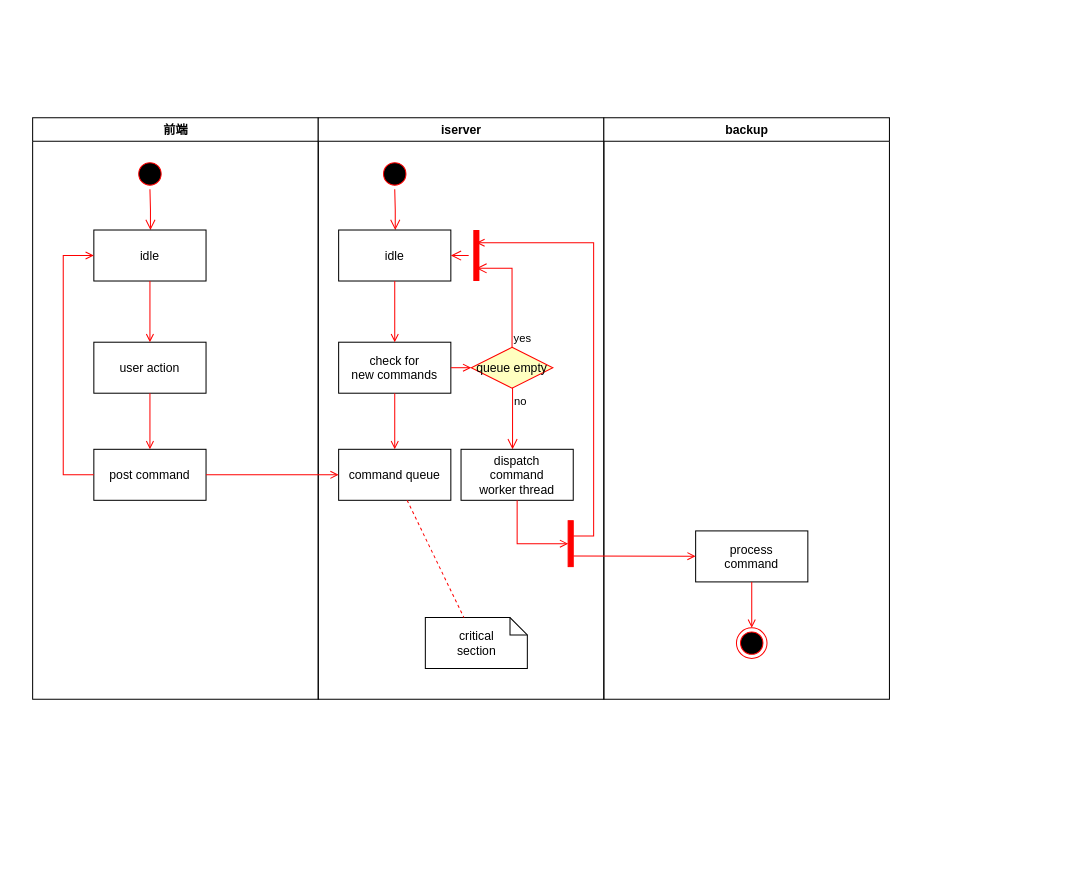
The draw.io diagram 未命名绘图.drawio in eleven7/diagrams, before the edit. Source tidied: cells renumbered, new cells numbered last; positions are measured from the earlier drawing's top-left corner, leaving out a move shared by most shapes. Both pictures are drawn from the tidied source at 102%, with x=0, y=0 at pixel (32, 117).
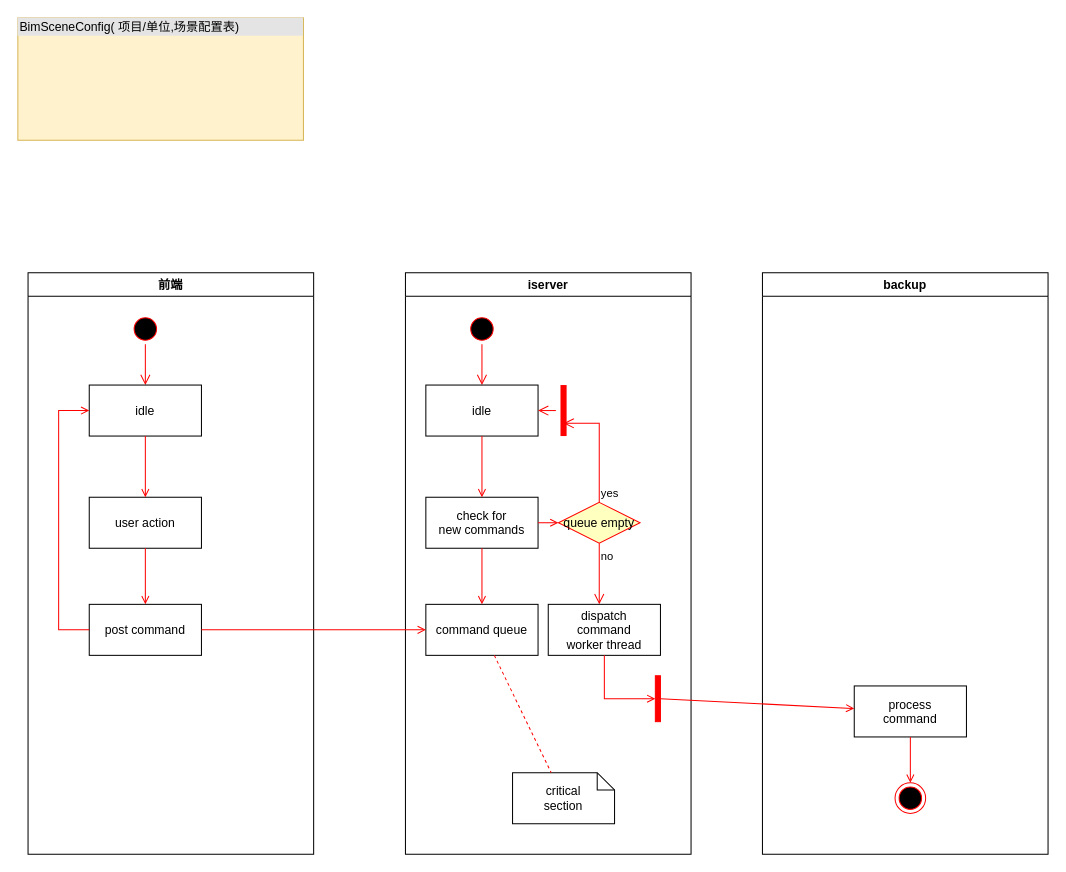
The same diagram, later.

Commit message:
更新未命名绘图.drawio

The change refers to these unchanged cells:
```xml
<mxCell id="23" style="shape=line;strokeWidth=6;strokeColor=#ff0000;rotation=90;" parent="11" vertex="1">
  <mxGeometry x="130" y="127.5" width="50" height="15" as="geometry" />
</mxCell>
<mxCell id="28" style="whiteSpace=wrap;strokeColor=#FF0000;fillColor=#FF0000;" parent="11" vertex="1">
  <mxGeometry x="245" y="395" width="5" height="45" as="geometry" />
</mxCell>
<mxCell id="31" value="process&#10;command" parent="30" vertex="1">
  <mxGeometry x="90" y="405" width="110" height="50" as="geometry" />
</mxCell>
```

What changed in the source:
```diff
@@
     <mxCell id="2" value="前端" style="swimlane;whiteSpace=wrap;" parent="1" vertex="1">
-      <mxGeometry x="0.5" width="280" height="570" as="geometry" />
+      <mxGeometry x="-4" y="152" width="280" height="570" as="geometry" />
     </mxCell>
@@
     <mxCell id="11" value="iserver" style="swimlane;whiteSpace=wrap;startSize=23;" parent="1" vertex="1">
-      <mxGeometry x="280.5" width="280" height="570" as="geometry" />
+      <mxGeometry x="366" y="152" width="280" height="570" as="geometry" />
     </mxCell>
@@
     <mxCell id="30" value="backup" style="swimlane;whiteSpace=wrap;" parent="1" vertex="1">
-      <mxGeometry x="560.5" width="280" height="570" as="geometry" />
+      <mxGeometry x="716" y="152" width="280" height="570" as="geometry" />
     </mxCell>
@@
-    <mxCell id="32" style="edgeStyle=elbowEdgeStyle;elbow=horizontal;strokeColor=#FF0000;endArrow=open;endFill=1;rounded=0;entryX=0.25;entryY=0.5;entryPerimeter=0;" parent="30" edge="1" target="23">
-      <mxGeometry relative="1" as="geometry">
-        <mxPoint x="-30" y="410" as="sourcePoint" />
-        <Array as="points">
-          <mxPoint x="-10" y="135" />
-        </Array>
-      </mxGeometry>
-    </mxCell>
-    <mxCell id="33" style="edgeStyle=none;strokeColor=#FF0000;endArrow=open;endFill=1;rounded=0;" parent="30" edge="1" target="31">
-      <mxGeometry relative="1" as="geometry">
-        <mxPoint x="-30" y="429.5" as="sourcePoint" />
-      </mxGeometry>
-    </mxCell>
@@
+    <mxCell id="33" style="edgeStyle=none;strokeColor=#FF0000;endArrow=open;endFill=1;rounded=0;exitX=1;exitY=0.5;exitDx=0;exitDy=0;" parent="1" edge="1" source="28" target="31">
+      <mxGeometry relative="1" as="geometry" />
+    </mxCell>
+    <mxCell id="37" value="&lt;div style=&quot;box-sizing:border-box;width:100%;background:#e4e4e4;padding:2px;&quot;&gt;BimSceneConfig( 项目/单位,场景配置表)&lt;/div&gt;&lt;table style=&quot;width:100%;font-size:1em;&quot; cellpadding=&quot;2&quot; cellspacing=&quot;0&quot;&gt;&lt;tbody&gt;&lt;tr&gt;&lt;td&gt;&lt;/td&gt;&lt;td&gt;&lt;br&gt;&lt;/td&gt;&lt;/tr&gt;&lt;tr&gt;&lt;td&gt;&lt;/td&gt;&lt;td&gt;&lt;br&gt;&lt;br&gt;&lt;/td&gt;&lt;/tr&gt;&lt;/tbody&gt;&lt;/table&gt;" style="verticalAlign=top;align=left;overflow=fill;html=1;fillColor=#fff2cc;strokeColor=#d6b656;" parent="1" vertex="1">
+      <mxGeometry x="-14" y="-98" width="280" height="120" as="geometry" />
+    </mxCell>
```
